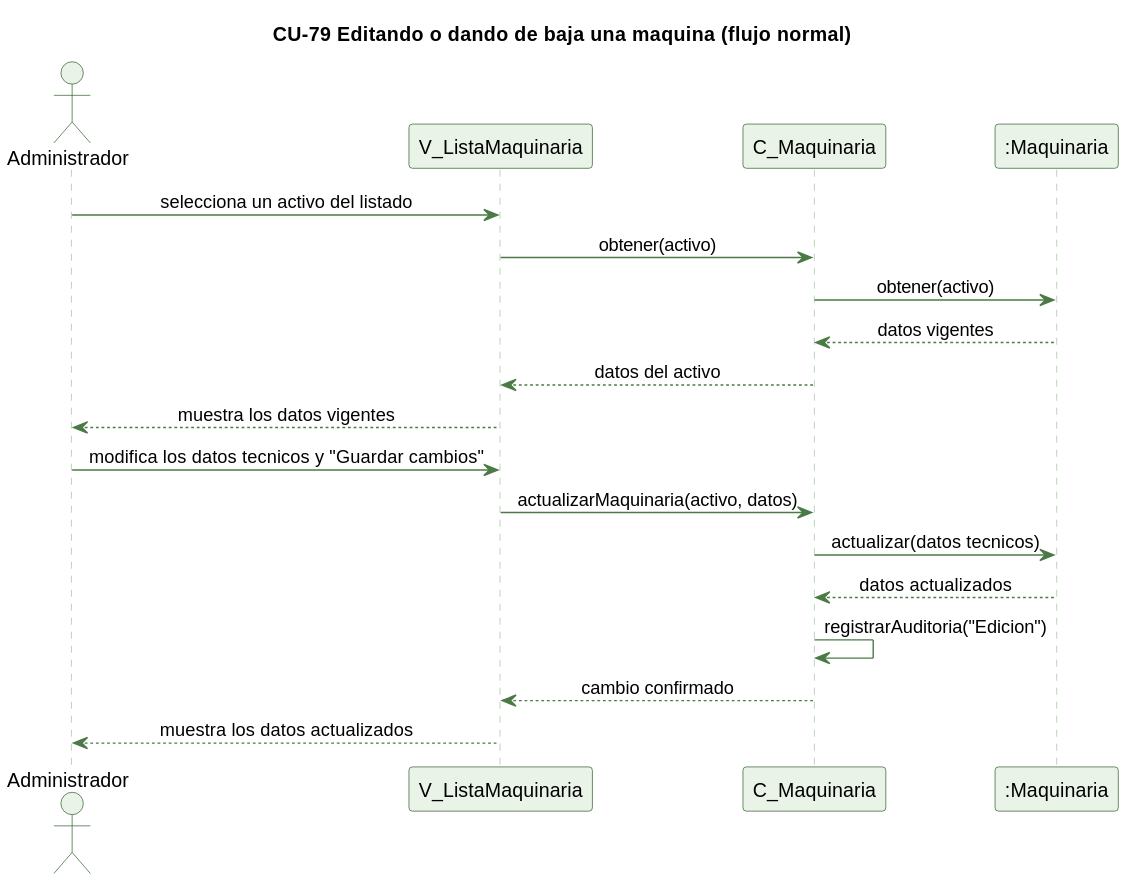
kenjikaese/Triverde keeps this PlantUML diagram as docs/trabajo-grupal/diagramas/secuencias/cu79-editar-baja-activo-normal.svg. Above is the earlier version.
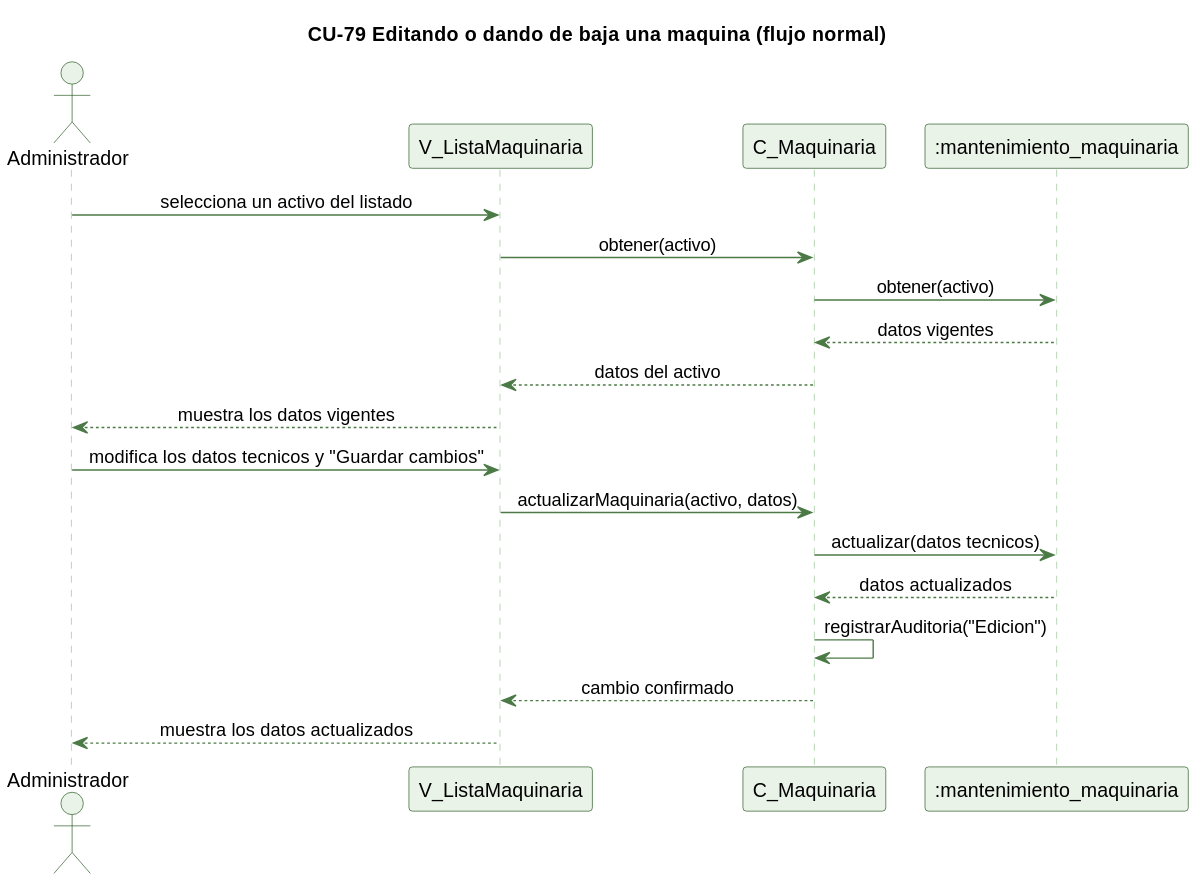
The same file after the commit.

Diff of the diagram source:
```diff
@@ -15,7 +15,7 @@
 actor Administrador
 participant "V_ListaMaquinaria" as V
 participant "C_Maquinaria" as C
-participant ":Maquinaria" as MQ
+participant ":mantenimiento_maquinaria" as MQ
 
 Administrador -> V : selecciona un activo del listado
 V -> C : obtener(activo)
```
